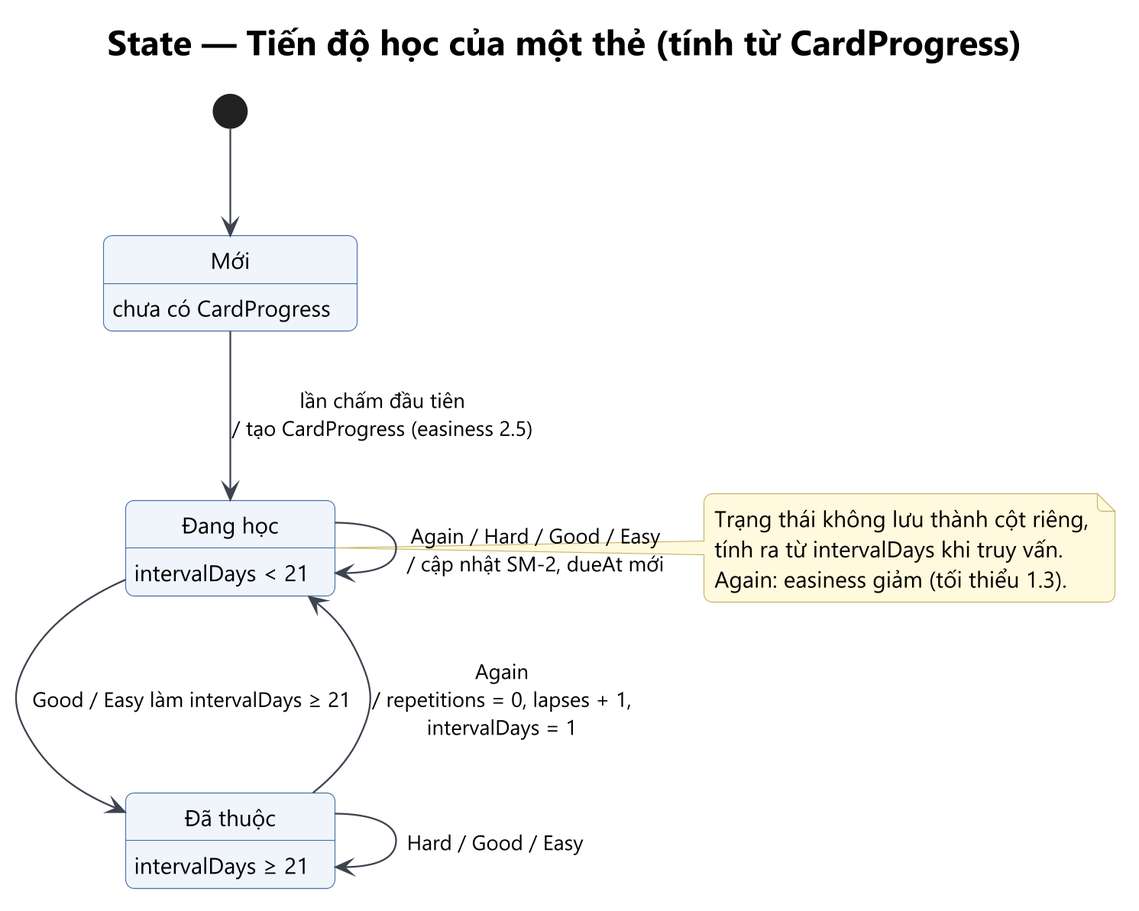
The PlantUML diagram Analysis_Design/05_State/st-04-tien-do-the.png in Ac-2836/WebDev-FinalProject-LinMaster, before a commit. Its diagram source:
```plantuml
@startuml st-04-tien-do-the
!include ../_style.iuml
title State — Tiến độ học của một thẻ (tính từ CardProgress)
[*] --> New
state "Mới" as New
state "Đang học" as Learning
state "Đã thuộc" as Mastered
New : chưa có CardProgress
Learning : intervalDays < 21
Mastered : intervalDays ≥ 21
New --> Learning : lần chấm đầu tiên\n/ tạo CardProgress (easiness 2.5)
Learning --> Learning : Again / Hard / Good / Easy\n/ cập nhật SM-2, dueAt mới
Learning --> Mastered : Good / Easy làm intervalDays ≥ 21
Mastered --> Mastered : Hard / Good / Easy
Mastered --> Learning : Again\n/ repetitions = 0, lapses + 1,\nintervalDays = 1
note right of Learning
  Trạng thái không lưu thành cột riêng,
  tính ra từ intervalDays khi truy vấn.
  Again: easiness giảm (tối thiểu 1.3).
end note
@enduml
```
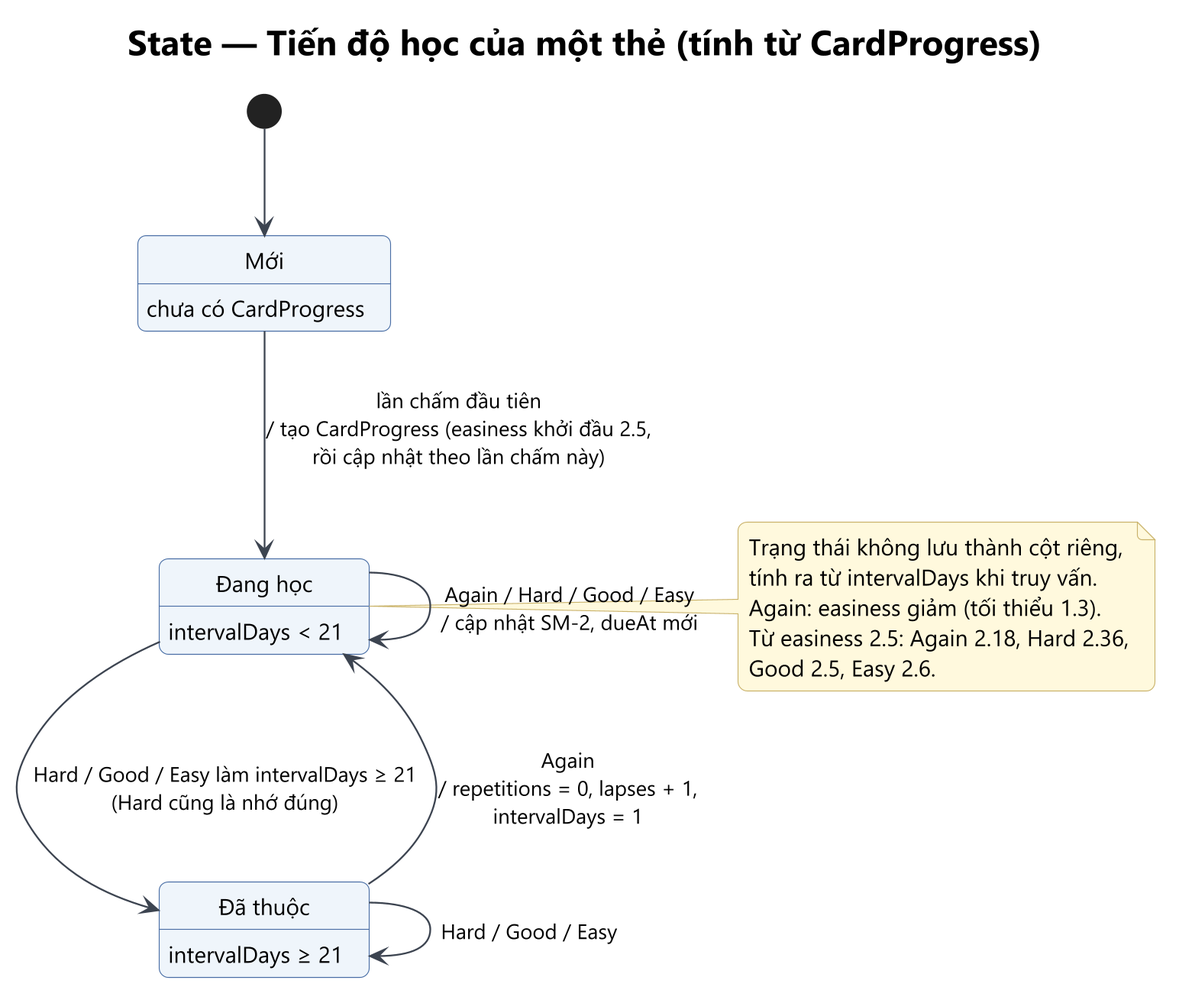
After the change.

The edit, as a diff of the source:
```diff
@@ -8,14 +8,16 @@
 New : chưa có CardProgress
 Learning : intervalDays < 21
 Mastered : intervalDays ≥ 21
-New --> Learning : lần chấm đầu tiên\n/ tạo CardProgress (easiness 2.5)
+New --> Learning : lần chấm đầu tiên\n/ tạo CardProgress (easiness khởi đầu 2.5,\nrồi cập nhật theo lần chấm này)
 Learning --> Learning : Again / Hard / Good / Easy\n/ cập nhật SM-2, dueAt mới
-Learning --> Mastered : Good / Easy làm intervalDays ≥ 21
+Learning --> Mastered : Hard / Good / Easy làm intervalDays ≥ 21\n(Hard cũng là nhớ đúng)
 Mastered --> Mastered : Hard / Good / Easy
 Mastered --> Learning : Again\n/ repetitions = 0, lapses + 1,\nintervalDays = 1
 note right of Learning
   Trạng thái không lưu thành cột riêng,
   tính ra từ intervalDays khi truy vấn.
   Again: easiness giảm (tối thiểu 1.3).
+  Từ easiness 2.5: Again 2.18, Hard 2.36,
+  Good 2.5, Easy 2.6.
 end note
 @enduml
```
